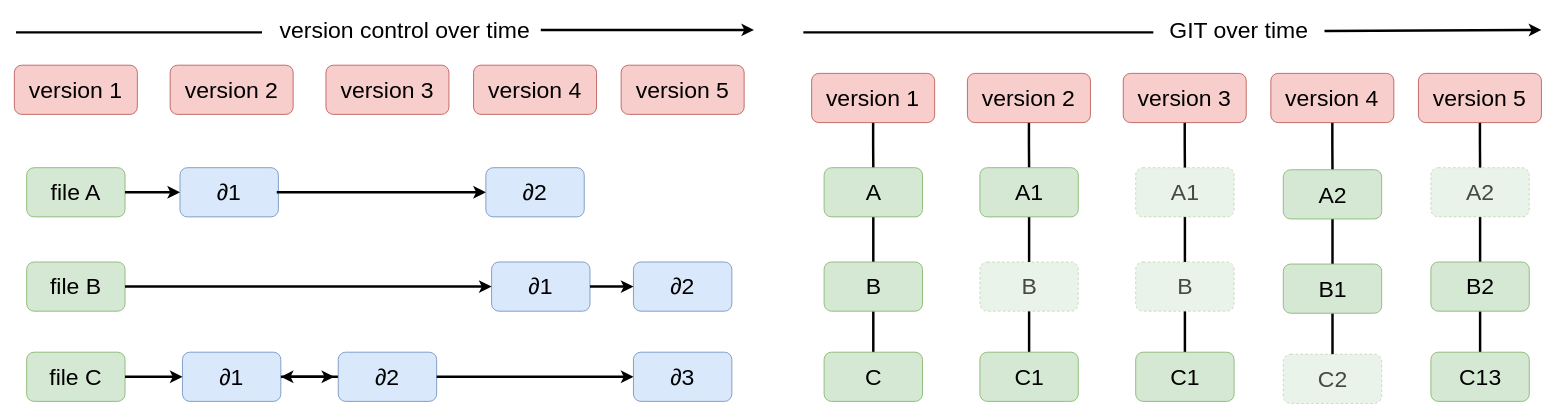
tejaswigowda/book.programmingthecloud.com keeps this draw.io diagram as page "vcsVsgit" (5 of 8) of src/imgs/draw.io.drawio. Above is the earlier version. Source tidied: cells renumbered, new cells numbered last; positions are measured from the earlier drawing's top-left corner, leaving out a move shared by most shapes. Both pictures are drawn from the tidied source at 82%, with x=0, y=0 at pixel (14, 14).
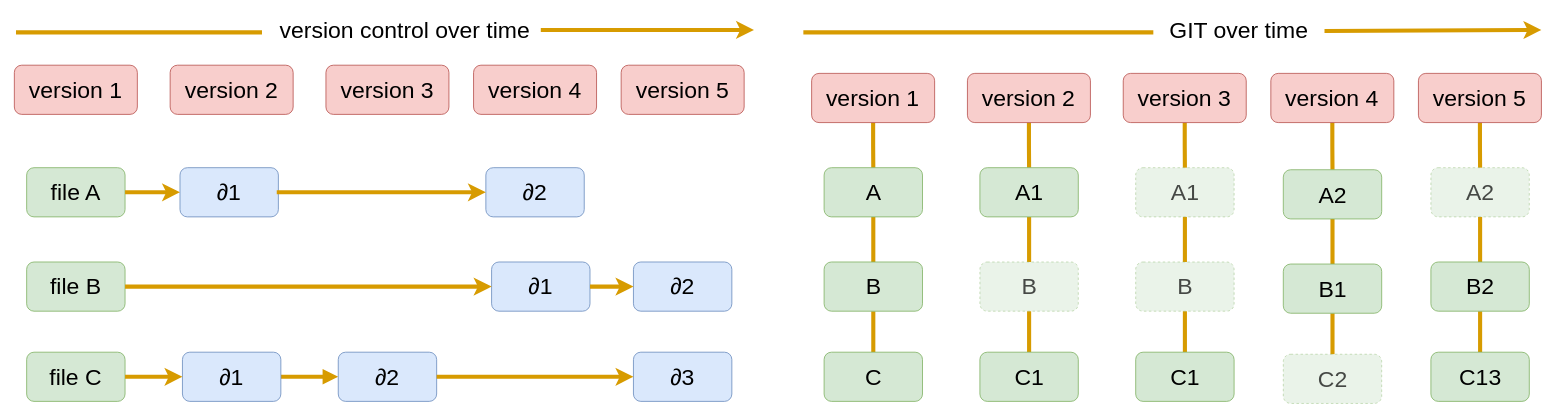
The same diagram, later.

The change refers to these unchanged cells:
```xml
<mxCell id="8" value="version 1" style="rounded=1;whiteSpace=wrap;html=1;shadow=0;glass=0;comic=0;strokeColor=#b85450;fillColor=#f8cecc;fontSize=28;align=center;" parent="1" vertex="1">
<mxCell id="10" value="version 2" style="rounded=1;whiteSpace=wrap;html=1;shadow=0;glass=0;comic=0;strokeColor=#b85450;fillColor=#f8cecc;fontSize=28;align=center;" parent="1" vertex="1">
<mxCell id="12" value="version 3" style="rounded=1;whiteSpace=wrap;html=1;shadow=0;glass=0;comic=0;strokeColor=#b85450;fillColor=#f8cecc;fontSize=28;align=center;" parent="1" vertex="1">
<mxCell id="14" value="version 4" style="rounded=1;whiteSpace=wrap;html=1;shadow=0;glass=0;comic=0;strokeColor=#b85450;fillColor=#f8cecc;fontSize=28;align=center;" parent="1" vertex="1">
<mxCell id="16" value="version 5" style="rounded=1;whiteSpace=wrap;html=1;shadow=0;glass=0;comic=0;strokeColor=#b85450;fillColor=#f8cecc;fontSize=28;align=center;" parent="1" vertex="1">
<mxCell id="22" value="GIT over time" style="text;html=1;points=[];align=left;verticalAlign=top;spacingTop=-4;fontSize=28;" parent="1" vertex="1">
<mxCell id="23" value="file A" style="rounded=1;whiteSpace=wrap;html=1;shadow=0;glass=0;comic=0;strokeColor=#82b366;fillColor=#d5e8d4;fontSize=28;align=center;" parent="1" vertex="1">
<mxCell id="24" value="file B" style="rounded=1;whiteSpace=wrap;html=1;shadow=0;glass=0;comic=0;strokeColor=#82b366;fillColor=#d5e8d4;fontSize=28;align=center;" parent="1" vertex="1">
<mxCell id="25" value="file C" style="rounded=1;whiteSpace=wrap;html=1;shadow=0;glass=0;comic=0;strokeColor=#82b366;fillColor=#d5e8d4;fontSize=28;align=center;" parent="1" vertex="1">
<mxCell id="26" value="∂1" style="rounded=1;whiteSpace=wrap;html=1;shadow=0;glass=0;comic=0;strokeColor=#6c8ebf;fillColor=#dae8fc;fontSize=28;align=center;" parent="1" vertex="1">
<mxCell id="27" value="∂1" style="rounded=1;whiteSpace=wrap;html=1;shadow=0;glass=0;comic=0;strokeColor=#6c8ebf;fillColor=#dae8fc;fontSize=28;align=center;" parent="1" vertex="1">
<mxCell id="28" value="∂2" style="rounded=1;whiteSpace=wrap;html=1;shadow=0;glass=0;comic=0;strokeColor=#6c8ebf;fillColor=#dae8fc;fontSize=28;align=center;" parent="1" vertex="1">
<mxCell id="30" value="∂2" style="rounded=1;whiteSpace=wrap;html=1;shadow=0;glass=0;comic=0;strokeColor=#6c8ebf;fillColor=#dae8fc;fontSize=28;align=center;" parent="1" vertex="1">
<mxCell id="31" value="∂2" style="rounded=1;whiteSpace=wrap;html=1;shadow=0;glass=0;comic=0;strokeColor=#6c8ebf;fillColor=#dae8fc;fontSize=28;align=center;" parent="1" vertex="1">
<mxCell id="32" value="∂1" style="rounded=1;whiteSpace=wrap;html=1;shadow=0;glass=0;comic=0;strokeColor=#6c8ebf;fillColor=#dae8fc;fontSize=28;align=center;" parent="1" vertex="1">
<mxCell id="33" value="∂3" style="rounded=1;whiteSpace=wrap;html=1;shadow=0;glass=0;comic=0;strokeColor=#6c8ebf;fillColor=#dae8fc;fontSize=28;align=center;" parent="1" vertex="1">
<mxCell id="42" value="A" style="rounded=1;whiteSpace=wrap;html=1;shadow=0;glass=0;comic=0;strokeColor=#82b366;fillColor=#d5e8d4;fontSize=28;align=center;" parent="1" vertex="1">
<mxCell id="44" value="B" style="rounded=1;whiteSpace=wrap;html=1;shadow=0;glass=0;comic=0;strokeColor=#82b366;fillColor=#d5e8d4;fontSize=28;align=center;" parent="1" vertex="1">
<mxCell id="45" value="C" style="rounded=1;whiteSpace=wrap;html=1;shadow=0;glass=0;comic=0;strokeColor=#82b366;fillColor=#d5e8d4;fontSize=28;align=center;" parent="1" vertex="1">
<mxCell id="47" value="A1" style="rounded=1;whiteSpace=wrap;html=1;shadow=0;glass=0;comic=0;strokeColor=#82b366;fillColor=#d5e8d4;fontSize=28;align=center;" parent="1" vertex="1">
<mxCell id="49" value="B" style="rounded=1;whiteSpace=wrap;html=1;shadow=0;glass=0;comic=0;strokeColor=#82b366;fillColor=#d5e8d4;fontSize=28;align=center;dashed=1;textOpacity=70;opacity=50;" parent="1" vertex="1">
<mxCell id="50" value="C1" style="rounded=1;whiteSpace=wrap;html=1;shadow=0;glass=0;comic=0;strokeColor=#82b366;fillColor=#d5e8d4;fontSize=28;align=center;" parent="1" vertex="1">
<mxCell id="52" value="A1" style="rounded=1;whiteSpace=wrap;html=1;shadow=0;glass=0;comic=0;strokeColor=#82b366;fillColor=#d5e8d4;fontSize=28;align=center;dashed=1;textOpacity=70;opacity=50;" parent="1" vertex="1">
<mxCell id="54" value="B" style="rounded=1;whiteSpace=wrap;html=1;shadow=0;glass=0;comic=0;strokeColor=#82b366;fillColor=#d5e8d4;fontSize=28;align=center;dashed=1;textOpacity=70;opacity=50;" parent="1" vertex="1">
<mxCell id="55" value="C1" style="rounded=1;whiteSpace=wrap;html=1;shadow=0;glass=0;comic=0;strokeColor=#82b366;fillColor=#d5e8d4;fontSize=28;align=center;" parent="1" vertex="1">
<mxCell id="57" value="A2" style="rounded=1;whiteSpace=wrap;html=1;shadow=0;glass=0;comic=0;strokeColor=#82b366;fillColor=#d5e8d4;fontSize=28;align=center;" parent="1" vertex="1">
<mxCell id="59" value="B1" style="rounded=1;whiteSpace=wrap;html=1;shadow=0;glass=0;comic=0;strokeColor=#82b366;fillColor=#d5e8d4;fontSize=28;align=center;" parent="1" vertex="1">
<mxCell id="60" value="C2" style="rounded=1;whiteSpace=wrap;html=1;shadow=0;glass=0;comic=0;strokeColor=#82b366;fillColor=#d5e8d4;fontSize=28;align=center;dashed=1;textOpacity=70;opacity=50;" parent="1" vertex="1">
<mxCell id="62" value="A2" style="rounded=1;whiteSpace=wrap;html=1;shadow=0;glass=0;comic=0;strokeColor=#82b366;fillColor=#d5e8d4;fontSize=28;align=center;dashed=1;textOpacity=70;opacity=50;" parent="1" vertex="1">
<mxCell id="64" value="B2" style="rounded=1;whiteSpace=wrap;html=1;shadow=0;glass=0;comic=0;strokeColor=#82b366;fillColor=#d5e8d4;fontSize=28;align=center;" parent="1" vertex="1">
<mxCell id="65" value="C13" style="rounded=1;whiteSpace=wrap;html=1;shadow=0;glass=0;comic=0;strokeColor=#82b366;fillColor=#d5e8d4;fontSize=28;align=center;" parent="1" vertex="1">
```

Change to the diagram source:
```diff
@@
-    <mxCell id="7" style="edgeStyle=orthogonalEdgeStyle;rounded=0;jettySize=auto;html=1;exitX=0.5;exitY=1;exitDx=0;exitDy=0;entryX=0.5;entryY=0;entryDx=0;entryDy=0;endArrow=none;endFill=0;strokeWidth=3;fontSize=28;" parent="1" edge="1" source="8" target="42">
+    <mxCell id="7" style="edgeStyle=orthogonalEdgeStyle;rounded=0;jettySize=auto;html=1;exitX=0.5;exitY=1;exitDx=0;exitDy=0;entryX=0.5;entryY=0;entryDx=0;entryDy=0;endArrow=none;endFill=0;strokeWidth=5;fontSize=28;fillColor=#ffe6cc;strokeColor=#d79b00;" parent="1" edge="1" source="8" target="42">
       <mxGeometry relative="1" as="geometry" />
     </mxCell>
@@
-    <mxCell id="9" style="edgeStyle=orthogonalEdgeStyle;rounded=0;jettySize=auto;html=1;exitX=0.5;exitY=1;exitDx=0;exitDy=0;endArrow=none;endFill=0;strokeWidth=3;fontSize=28;" parent="1" edge="1" source="10" target="47">
+    <mxCell id="9" style="edgeStyle=orthogonalEdgeStyle;rounded=0;jettySize=auto;html=1;exitX=0.5;exitY=1;exitDx=0;exitDy=0;endArrow=none;endFill=0;strokeWidth=5;fontSize=28;fillColor=#ffe6cc;strokeColor=#d79b00;" parent="1" edge="1" source="10" target="47">
       <mxGeometry relative="1" as="geometry" />
     </mxCell>
@@
-    <mxCell id="11" style="edgeStyle=orthogonalEdgeStyle;rounded=0;jettySize=auto;html=1;exitX=0.5;exitY=1;exitDx=0;exitDy=0;endArrow=none;endFill=0;strokeWidth=3;fontSize=28;" parent="1" edge="1" source="12" target="52">
+    <mxCell id="11" style="edgeStyle=orthogonalEdgeStyle;rounded=0;jettySize=auto;html=1;exitX=0.5;exitY=1;exitDx=0;exitDy=0;endArrow=none;endFill=0;strokeWidth=5;fontSize=28;fillColor=#ffe6cc;strokeColor=#d79b00;" parent="1" edge="1" source="12" target="52">
       <mxGeometry relative="1" as="geometry" />
     </mxCell>
@@
-    <mxCell id="13" style="edgeStyle=orthogonalEdgeStyle;rounded=0;jettySize=auto;html=1;exitX=0.5;exitY=1;exitDx=0;exitDy=0;endArrow=none;endFill=0;strokeWidth=3;fontSize=28;" parent="1" edge="1" source="14" target="57">
+    <mxCell id="13" style="edgeStyle=orthogonalEdgeStyle;rounded=0;jettySize=auto;html=1;exitX=0.5;exitY=1;exitDx=0;exitDy=0;endArrow=none;endFill=0;strokeWidth=5;fontSize=28;fillColor=#ffe6cc;strokeColor=#d79b00;" parent="1" edge="1" source="14" target="57">
       <mxGeometry relative="1" as="geometry" />
     </mxCell>
@@
-    <mxCell id="15" style="edgeStyle=orthogonalEdgeStyle;rounded=0;jettySize=auto;html=1;exitX=0.5;exitY=1;exitDx=0;exitDy=0;endArrow=none;endFill=0;strokeWidth=3;fontSize=28;" parent="1" edge="1" source="16" target="62">
+    <mxCell id="15" style="edgeStyle=orthogonalEdgeStyle;rounded=0;jettySize=auto;html=1;exitX=0.5;exitY=1;exitDx=0;exitDy=0;endArrow=none;endFill=0;strokeWidth=5;fontSize=28;fillColor=#ffe6cc;strokeColor=#d79b00;" parent="1" edge="1" source="16" target="62">
       <mxGeometry relative="1" as="geometry" />
     </mxCell>
@@
-    <mxCell id="17" style="endArrow=none;html=1;strokeWidth=3;fontSize=28;" parent="1" edge="1">
+    <mxCell id="17" style="endArrow=none;html=1;strokeWidth=5;fontSize=28;fillColor=#ffe6cc;strokeColor=#d79b00;" parent="1" edge="1">
       <mxGeometry relative="1" as="geometry">
         <mxPoint x="2" y="22" as="sourcePoint" />
         <mxPoint x="302" y="22" as="targetPoint" />
       </mxGeometry>
     </mxCell>
-    <mxCell id="18" style="endArrow=classic;html=1;strokeWidth=3;fontSize=28;" parent="1" edge="1">
+    <mxCell id="18" style="endArrow=classic;html=1;strokeWidth=5;fontSize=28;fillColor=#ffe6cc;strokeColor=#d79b00;" parent="1" edge="1">
       <mxGeometry relative="1" as="geometry">
         <mxPoint x="642" y="19" as="sourcePoint" />
         <mxPoint x="902" y="19" as="targetPoint" />
       </mxGeometry>
     </mxCell>
@@
-    <mxCell id="20" style="endArrow=none;html=1;strokeWidth=3;fontSize=28;" parent="1" edge="1">
+    <mxCell id="20" style="endArrow=none;html=1;strokeWidth=5;fontSize=28;fillColor=#ffe6cc;strokeColor=#d79b00;" parent="1" edge="1">
       <mxGeometry relative="1" as="geometry">
         <mxPoint x="962.2" y="22" as="sourcePoint" />
         <mxPoint x="1389" y="22" as="targetPoint" />
       </mxGeometry>
     </mxCell>
-    <mxCell id="21" style="endArrow=classic;html=1;strokeWidth=3;fontSize=28;exitX=1.003;exitY=0.508;exitDx=0;exitDy=0;exitPerimeter=0;" parent="1" edge="1" source="22">
+    <mxCell id="21" style="endArrow=classic;html=1;strokeWidth=5;fontSize=28;exitX=1.003;exitY=0.508;exitDx=0;exitDy=0;exitPerimeter=0;fillColor=#ffe6cc;strokeColor=#d79b00;" parent="1" edge="1" source="22">
       <mxGeometry relative="1" as="geometry">
         <mxPoint x="1862.2" y="19" as="targetPoint" />
       </mxGeometry>
     </mxCell>
@@
+    <mxCell id="66" style="edgeStyle=orthogonalEdgeStyle;rounded=0;jettySize=auto;html=1;exitX=1;exitY=0.5;exitDx=0;exitDy=0;endArrow=block;endFill=1;strokeColor=#d79b00;strokeWidth=5;fontSize=28;fillColor=#ffe6cc;" parent="1" edge="1" source="27" target="30">
+      <mxGeometry relative="1" as="geometry" />
+    </mxCell>
@@
-    <mxCell id="29" style="edgeStyle=orthogonalEdgeStyle;rounded=0;jettySize=auto;html=1;strokeWidth=3;fontSize=28;" parent="1" edge="1" source="30" target="27">
-      <mxGeometry relative="1" as="geometry" />
-    </mxCell>
@@
-    <mxCell id="34" style="endArrow=classic;html=1;strokeWidth=3;fontSize=28;entryX=0;entryY=0.5;entryDx=0;entryDy=0;" parent="1" edge="1" source="23" target="26">
+    <mxCell id="34" style="endArrow=classic;html=1;strokeWidth=5;fontSize=28;entryX=0;entryY=0.5;entryDx=0;entryDy=0;fillColor=#ffe6cc;strokeColor=#d79b00;" parent="1" edge="1" source="23" target="26">
       <mxGeometry relative="1" as="geometry" />
     </mxCell>
-    <mxCell id="35" style="endArrow=classic;html=1;strokeWidth=3;fontSize=28;entryX=0;entryY=0.5;entryDx=0;entryDy=0;" parent="1" edge="1" target="28">
+    <mxCell id="35" style="endArrow=classic;html=1;strokeWidth=5;fontSize=28;entryX=0;entryY=0.5;entryDx=0;entryDy=0;fillColor=#ffe6cc;strokeColor=#d79b00;" parent="1" edge="1" target="28">
       <mxGeometry relative="1" as="geometry">
         <mxPoint x="320" y="217" as="sourcePoint" />
       </mxGeometry>
     </mxCell>
-    <mxCell id="36" style="endArrow=classic;html=1;strokeWidth=3;fontSize=28;exitX=1;exitY=0.5;exitDx=0;exitDy=0;" parent="1" edge="1" source="24" target="32">
+    <mxCell id="36" style="endArrow=classic;html=1;strokeWidth=5;fontSize=28;exitX=1;exitY=0.5;exitDx=0;exitDy=0;fillColor=#ffe6cc;strokeColor=#d79b00;" parent="1" edge="1" source="24" target="32">
       <mxGeometry relative="1" as="geometry" />
     </mxCell>
-    <mxCell id="37" style="endArrow=classic;html=1;strokeWidth=3;fontSize=28;" parent="1" edge="1" source="32" target="31">
+    <mxCell id="37" style="endArrow=classic;html=1;strokeWidth=5;fontSize=28;fillColor=#ffe6cc;strokeColor=#d79b00;" parent="1" edge="1" source="32" target="31">
       <mxGeometry relative="1" as="geometry" />
     </mxCell>
-    <mxCell id="38" style="endArrow=classic;html=1;strokeWidth=3;fontSize=28;" parent="1" edge="1" source="25" target="27">
+    <mxCell id="38" style="endArrow=classic;html=1;strokeWidth=5;fontSize=28;fillColor=#ffe6cc;strokeColor=#d79b00;" parent="1" edge="1" source="25" target="27">
       <mxGeometry relative="1" as="geometry" />
     </mxCell>
-    <mxCell id="39" style="endArrow=classic;html=1;strokeWidth=3;fontSize=28;" parent="1" edge="1" source="27">
-      <mxGeometry relative="1" as="geometry">
-        <mxPoint x="390" y="442" as="targetPoint" />
-      </mxGeometry>
-    </mxCell>
-    <mxCell id="40" style="endArrow=classic;html=1;strokeWidth=3;fontSize=28;exitX=1;exitY=0.5;exitDx=0;exitDy=0;" parent="1" edge="1" source="30" target="33">
+    <mxCell id="40" style="endArrow=classic;html=1;strokeWidth=5;fontSize=28;exitX=1;exitY=0.5;exitDx=0;exitDy=0;fillColor=#ffe6cc;strokeColor=#d79b00;" parent="1" edge="1" source="30" target="33">
       <mxGeometry relative="1" as="geometry" />
     </mxCell>
-    <mxCell id="41" style="edgeStyle=orthogonalEdgeStyle;rounded=0;jettySize=auto;html=1;exitX=0.5;exitY=1;exitDx=0;exitDy=0;entryX=0.5;entryY=0;entryDx=0;entryDy=0;endArrow=none;endFill=0;strokeWidth=3;fontSize=28;" parent="1" edge="1" source="42" target="44">
+    <mxCell id="41" style="edgeStyle=orthogonalEdgeStyle;rounded=0;jettySize=auto;html=1;exitX=0.5;exitY=1;exitDx=0;exitDy=0;entryX=0.5;entryY=0;entryDx=0;entryDy=0;endArrow=none;endFill=0;strokeWidth=5;fontSize=28;fillColor=#ffe6cc;strokeColor=#d79b00;" parent="1" edge="1" source="42" target="44">
       <mxGeometry relative="1" as="geometry" />
     </mxCell>
@@
-    <mxCell id="43" style="edgeStyle=orthogonalEdgeStyle;rounded=0;jettySize=auto;html=1;strokeWidth=3;fontSize=28;endArrow=none;endFill=0;" parent="1" edge="1" source="44" target="45">
+    <mxCell id="43" style="edgeStyle=orthogonalEdgeStyle;rounded=0;jettySize=auto;html=1;strokeWidth=5;fontSize=28;endArrow=none;endFill=0;fillColor=#ffe6cc;strokeColor=#d79b00;" parent="1" edge="1" source="44" target="45">
       <mxGeometry relative="1" as="geometry" />
     </mxCell>
@@
-    <mxCell id="46" style="edgeStyle=orthogonalEdgeStyle;rounded=0;jettySize=auto;html=1;exitX=0.5;exitY=1;exitDx=0;exitDy=0;entryX=0.5;entryY=0;entryDx=0;entryDy=0;endArrow=none;endFill=0;strokeWidth=3;fontSize=28;" parent="1" edge="1" source="47" target="49">
+    <mxCell id="46" style="edgeStyle=orthogonalEdgeStyle;rounded=0;jettySize=auto;html=1;exitX=0.5;exitY=1;exitDx=0;exitDy=0;entryX=0.5;entryY=0;entryDx=0;entryDy=0;endArrow=none;endFill=0;strokeWidth=5;fontSize=28;fillColor=#ffe6cc;strokeColor=#d79b00;" parent="1" edge="1" source="47" target="49">
       <mxGeometry relative="1" as="geometry" />
     </mxCell>
@@
-    <mxCell id="48" style="edgeStyle=orthogonalEdgeStyle;rounded=0;jettySize=auto;html=1;strokeWidth=3;fontSize=28;endArrow=none;endFill=0;" parent="1" edge="1" source="49" target="50">
+    <mxCell id="48" style="edgeStyle=orthogonalEdgeStyle;rounded=0;jettySize=auto;html=1;strokeWidth=5;fontSize=28;endArrow=none;endFill=0;fillColor=#ffe6cc;strokeColor=#d79b00;" parent="1" edge="1" source="49" target="50">
       <mxGeometry relative="1" as="geometry" />
     </mxCell>
@@
-    <mxCell id="51" style="edgeStyle=orthogonalEdgeStyle;rounded=0;jettySize=auto;html=1;exitX=0.5;exitY=1;exitDx=0;exitDy=0;entryX=0.5;entryY=0;entryDx=0;entryDy=0;endArrow=none;endFill=0;strokeWidth=3;fontSize=28;" parent="1" edge="1" source="52" target="54">
+    <mxCell id="51" style="edgeStyle=orthogonalEdgeStyle;rounded=0;jettySize=auto;html=1;exitX=0.5;exitY=1;exitDx=0;exitDy=0;entryX=0.5;entryY=0;entryDx=0;entryDy=0;endArrow=none;endFill=0;strokeWidth=5;fontSize=28;fillColor=#ffe6cc;strokeColor=#d79b00;" parent="1" edge="1" source="52" target="54">
       <mxGeometry relative="1" as="geometry" />
     </mxCell>
@@
-    <mxCell id="53" style="edgeStyle=orthogonalEdgeStyle;rounded=0;jettySize=auto;html=1;strokeWidth=3;fontSize=28;endArrow=none;endFill=0;" parent="1" edge="1" source="54" target="55">
+    <mxCell id="53" style="edgeStyle=orthogonalEdgeStyle;rounded=0;jettySize=auto;html=1;strokeWidth=5;fontSize=28;endArrow=none;endFill=0;fillColor=#ffe6cc;strokeColor=#d79b00;" parent="1" edge="1" source="54" target="55">
       <mxGeometry relative="1" as="geometry" />
     </mxCell>
@@
-    <mxCell id="56" style="edgeStyle=orthogonalEdgeStyle;rounded=0;jettySize=auto;html=1;exitX=0.5;exitY=1;exitDx=0;exitDy=0;entryX=0.5;entryY=0;entryDx=0;entryDy=0;endArrow=none;endFill=0;strokeWidth=3;fontSize=28;" parent="1" edge="1" source="57" target="59">
+    <mxCell id="56" style="edgeStyle=orthogonalEdgeStyle;rounded=0;jettySize=auto;html=1;exitX=0.5;exitY=1;exitDx=0;exitDy=0;entryX=0.5;entryY=0;entryDx=0;entryDy=0;endArrow=none;endFill=0;strokeWidth=5;fontSize=28;fillColor=#ffe6cc;strokeColor=#d79b00;" parent="1" edge="1" source="57" target="59">
       <mxGeometry relative="1" as="geometry" />
     </mxCell>
@@
-    <mxCell id="58" style="edgeStyle=orthogonalEdgeStyle;rounded=0;jettySize=auto;html=1;strokeWidth=3;fontSize=28;endArrow=none;endFill=0;" parent="1" edge="1" source="59" target="60">
+    <mxCell id="58" style="edgeStyle=orthogonalEdgeStyle;rounded=0;jettySize=auto;html=1;strokeWidth=5;fontSize=28;endArrow=none;endFill=0;fillColor=#ffe6cc;strokeColor=#d79b00;" parent="1" edge="1" source="59" target="60">
       <mxGeometry relative="1" as="geometry" />
     </mxCell>
@@
-    <mxCell id="61" style="edgeStyle=orthogonalEdgeStyle;rounded=0;jettySize=auto;html=1;exitX=0.5;exitY=1;exitDx=0;exitDy=0;entryX=0.5;entryY=0;entryDx=0;entryDy=0;endArrow=none;endFill=0;strokeWidth=3;fontSize=28;" parent="1" edge="1" source="62" target="64">
+    <mxCell id="61" style="edgeStyle=orthogonalEdgeStyle;rounded=0;jettySize=auto;html=1;exitX=0.5;exitY=1;exitDx=0;exitDy=0;entryX=0.5;entryY=0;entryDx=0;entryDy=0;endArrow=none;endFill=0;strokeWidth=5;fontSize=28;fillColor=#ffe6cc;strokeColor=#d79b00;" parent="1" edge="1" source="62" target="64">
       <mxGeometry relative="1" as="geometry" />
     </mxCell>
@@
-    <mxCell id="63" style="edgeStyle=orthogonalEdgeStyle;rounded=0;jettySize=auto;html=1;strokeWidth=3;fontSize=28;endArrow=none;endFill=0;" parent="1" edge="1" source="64" target="65">
+    <mxCell id="63" style="edgeStyle=orthogonalEdgeStyle;rounded=0;jettySize=auto;html=1;strokeWidth=5;fontSize=28;endArrow=none;endFill=0;fillColor=#ffe6cc;strokeColor=#d79b00;" parent="1" edge="1" source="64" target="65">
       <mxGeometry relative="1" as="geometry" />
     </mxCell>
```
